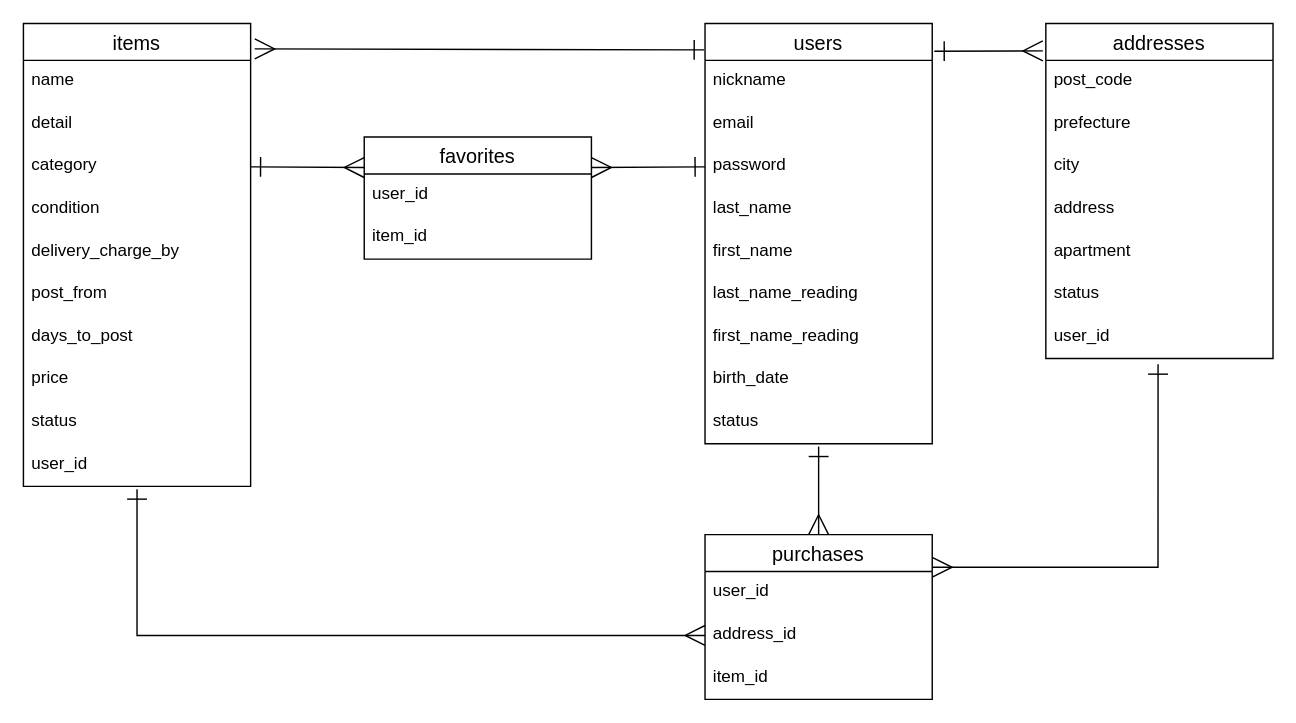
This is er.dio from 38752/furima-38752, a draw.io file, before an edit. Source tidied: cells renumbered, new cells numbered last; positions are measured from the earlier drawing's top-left corner, leaving out a move shared by most shapes. Both pictures are drawn from the tidied source at 142%, with x=0, y=0 at pixel (23, 23).
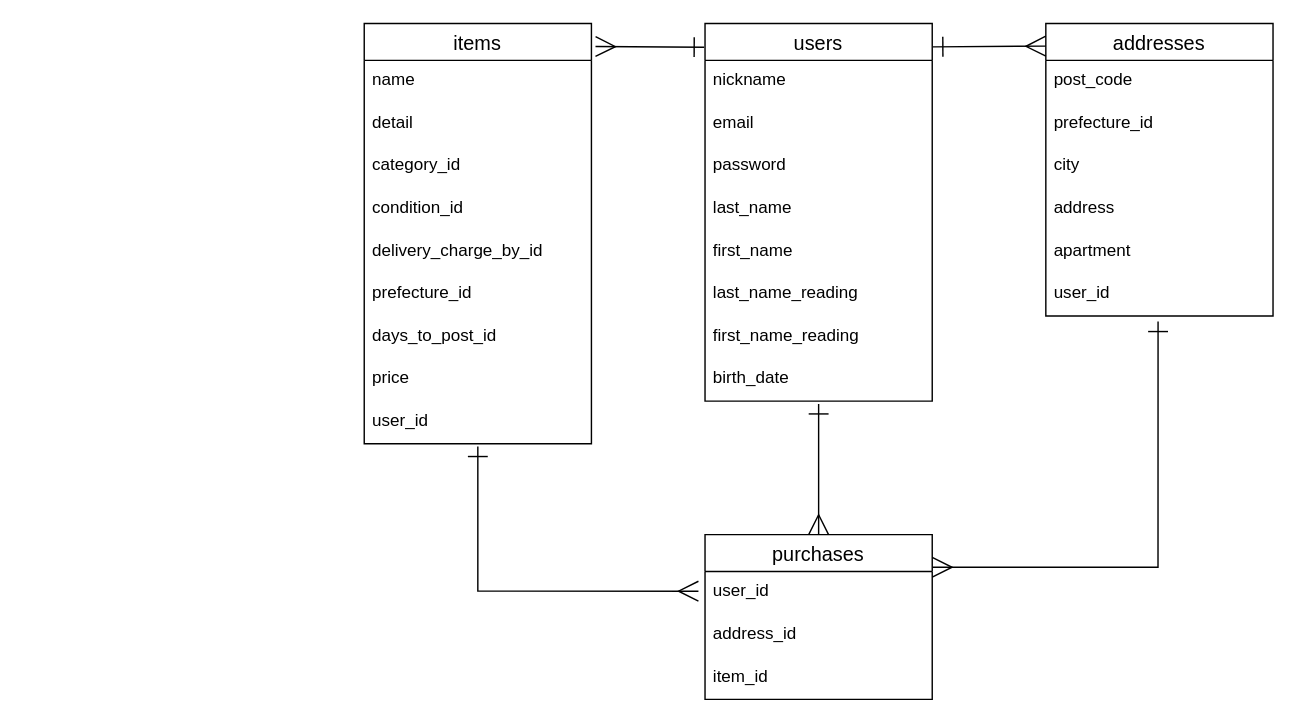
After the change.

The change refers to these unchanged cells:
```xml
<mxCell id="8" value="password" style="text;strokeColor=none;fillColor=none;spacingLeft=4;spacingRight=4;overflow=hidden;points=[[0,0.5],[1,0.5]];portConstraint=eastwest;fontSize=12;" parent="5" vertex="1">
  <mxGeometry y="86" width="160" height="30" as="geometry" />
</mxCell>
<mxCell id="32" value="address" style="text;strokeColor=none;fillColor=none;spacingLeft=4;spacingRight=4;overflow=hidden;points=[[0,0.5],[1,0.5]];portConstraint=eastwest;fontSize=12;" parent="28" vertex="1">
  <mxGeometry y="116" width="160" height="30" as="geometry" />
</mxCell>
<mxCell id="37" value="user_id" style="text;strokeColor=none;fillColor=none;spacingLeft=4;spacingRight=4;overflow=hidden;points=[[0,0.5],[1,0.5]];portConstraint=eastwest;fontSize=12;" parent="36" vertex="1">
  <mxGeometry y="26" width="160" height="30" as="geometry" />
</mxCell>
<mxCell id="38" value="address_id" style="text;strokeColor=none;fillColor=none;spacingLeft=4;spacingRight=4;overflow=hidden;points=[[0,0.5],[1,0.5]];portConstraint=eastwest;fontSize=12;" parent="36" vertex="1">
  <mxGeometry y="56" width="160" height="30" as="geometry" />
</mxCell>
```

Diff of the diagram source:
```diff
@@
-    <mxCell id="2" style="html=1;entryX=0;entryY=0.5;entryDx=0;entryDy=0;strokeColor=none;curved=1;shape=link;" parent="1" edge="1" source="5" target="32">
-      <mxGeometry relative="1" as="geometry" />
+    <mxCell id="2" style="html=1;entryX=0;entryY=0.5;entryDx=0;entryDy=0;strokeColor=none;curved=1;shape=link;" parent="1" edge="1" source="5">
+      <mxGeometry relative="1" as="geometry">
+        <mxPoint x="720" y="101" as="targetPoint" />
+      </mxGeometry>
     </mxCell>
@@
     <mxCell id="5" value="users" style="swimlane;fontStyle=0;horizontal=1;startSize=26;align=center;fontSize=14;" parent="1" vertex="1">
-      <mxGeometry x="480" width="160" height="296" as="geometry" />
+      <mxGeometry x="480" width="160" height="266" as="geometry" />
     </mxCell>
@@
-    <mxCell id="14" value="status" style="text;strokeColor=none;fillColor=none;spacingLeft=4;spacingRight=4;overflow=hidden;fontSize=12;" parent="5" vertex="1">
-      <mxGeometry y="266" width="160" height="30" as="geometry" />
-    </mxCell>
-    <mxCell id="15" style="edgeStyle=orthogonalEdgeStyle;rounded=0;html=1;startArrow=ERone;startFill=0;endArrow=ERmany;endFill=0;startSize=12;endSize=12;sourcePerimeterSpacing=2;targetPerimeterSpacing=2;strokeColor=default;entryX=0;entryY=0.5;entryDx=0;entryDy=0;" parent="1" edge="1" source="16" target="38">
+    <mxCell id="15" style="edgeStyle=orthogonalEdgeStyle;rounded=0;html=1;startArrow=ERone;startFill=0;endArrow=ERmany;endFill=0;startSize=12;endSize=12;sourcePerimeterSpacing=2;targetPerimeterSpacing=2;strokeColor=default;entryX=-0.029;entryY=0.461;entryDx=0;entryDy=0;entryPerimeter=0;" parent="1" edge="1" source="16" target="37">
       <mxGeometry relative="1" as="geometry" />
     </mxCell>
     <mxCell id="16" value="items" style="swimlane;fontStyle=0;horizontal=1;startSize=26;align=center;fontSize=14;" parent="1" vertex="1">
-      <mxGeometry width="160" height="326" as="geometry" />
+      <mxGeometry x="240" width="160" height="296" as="geometry" />
     </mxCell>
@@
-    <mxCell id="19" value="category" style="text;strokeColor=none;fillColor=none;spacingLeft=4;spacingRight=4;overflow=hidden;points=[[0,0.5],[1,0.5]];portConstraint=eastwest;fontSize=12;" parent="16" vertex="1">
+    <mxCell id="19" value="category_id" style="text;strokeColor=none;fillColor=none;spacingLeft=4;spacingRight=4;overflow=hidden;points=[[0,0.5],[1,0.5]];portConstraint=eastwest;fontSize=12;" parent="16" vertex="1">
       <mxGeometry y="86" width="160" height="30" as="geometry" />
     </mxCell>
-    <mxCell id="20" value="condition" style="text;strokeColor=none;fillColor=none;spacingLeft=4;spacingRight=4;overflow=hidden;fontSize=12;" parent="16" vertex="1">
+    <mxCell id="20" value="condition_id" style="text;strokeColor=none;fillColor=none;spacingLeft=4;spacingRight=4;overflow=hidden;fontSize=12;" parent="16" vertex="1">
       <mxGeometry y="116" width="160" height="30" as="geometry" />
     </mxCell>
-    <mxCell id="21" value="delivery_charge_by" style="text;strokeColor=none;fillColor=none;spacingLeft=4;spacingRight=4;overflow=hidden;fontSize=12;" parent="16" vertex="1">
+    <mxCell id="21" value="delivery_charge_by_id" style="text;strokeColor=none;fillColor=none;spacingLeft=4;spacingRight=4;overflow=hidden;fontSize=12;" parent="16" vertex="1">
       <mxGeometry y="146" width="160" height="30" as="geometry" />
     </mxCell>
-    <mxCell id="22" value="post_from" style="text;strokeColor=none;fillColor=none;spacingLeft=4;spacingRight=4;overflow=hidden;fontSize=12;" parent="16" vertex="1">
+    <mxCell id="22" value="prefecture_id" style="text;strokeColor=none;fillColor=none;spacingLeft=4;spacingRight=4;overflow=hidden;fontSize=12;" parent="16" vertex="1">
       <mxGeometry y="176" width="160" height="30" as="geometry" />
     </mxCell>
-    <mxCell id="23" value="days_to_post" style="text;strokeColor=none;fillColor=none;spacingLeft=4;spacingRight=4;overflow=hidden;fontSize=12;" parent="16" vertex="1">
+    <mxCell id="23" value="days_to_post_id" style="text;strokeColor=none;fillColor=none;spacingLeft=4;spacingRight=4;overflow=hidden;fontSize=12;" parent="16" vertex="1">
       <mxGeometry y="206" width="160" height="30" as="geometry" />
     </mxCell>
@@
-    <mxCell id="25" value="status" style="text;strokeColor=none;fillColor=none;spacingLeft=4;spacingRight=4;overflow=hidden;fontSize=12;" parent="16" vertex="1">
-      <mxGeometry y="266" width="160" height="30" as="geometry" />
-    </mxCell>
     <mxCell id="26" value="user_id" style="text;strokeColor=none;fillColor=none;spacingLeft=4;spacingRight=4;overflow=hidden;fontSize=12;" parent="16" vertex="1">
-      <mxGeometry y="296" width="160" height="30" as="geometry" />
+      <mxGeometry y="266" width="160" height="30" as="geometry" />
     </mxCell>
@@
     <mxCell id="28" value="addresses" style="swimlane;fontStyle=0;horizontal=1;startSize=26;align=center;fontSize=14;" parent="1" vertex="1">
-      <mxGeometry x="720" width="160" height="236" as="geometry" />
+      <mxGeometry x="720" width="160" height="206" as="geometry" />
     </mxCell>
@@
-    <mxCell id="30" value="prefecture" style="text;strokeColor=none;fillColor=none;spacingLeft=4;spacingRight=4;overflow=hidden;fontSize=12;" parent="28" vertex="1">
+    <mxCell id="30" value="prefecture_id" style="text;strokeColor=none;fillColor=none;spacingLeft=4;spacingRight=4;overflow=hidden;fontSize=12;" parent="28" vertex="1">
       <mxGeometry y="56" width="160" height="30" as="geometry" />
     </mxCell>
@@
-    <mxCell id="34" value="status" style="text;strokeColor=none;fillColor=none;spacingLeft=4;spacingRight=4;overflow=hidden;fontSize=12;" parent="28" vertex="1">
-      <mxGeometry y="176" width="160" height="30" as="geometry" />
-    </mxCell>
     <mxCell id="35" value="user_id" style="text;strokeColor=none;fillColor=none;spacingLeft=4;spacingRight=4;overflow=hidden;points=[[0,0.5],[1,0.5]];portConstraint=eastwest;fontSize=12;" parent="28" vertex="1">
-      <mxGeometry y="206" width="160" height="30" as="geometry" />
+      <mxGeometry y="176" width="160" height="30" as="geometry" />
     </mxCell>
@@
-    <mxCell id="40" style="edgeStyle=none;curved=1;html=1;exitX=1.009;exitY=0.066;exitDx=0;exitDy=0;entryX=-0.013;entryY=0.082;entryDx=0;entryDy=0;startArrow=ERone;startFill=0;endArrow=ERmany;endFill=0;endSize=12;strokeColor=default;startSize=12;targetPerimeterSpacing=2;sourcePerimeterSpacing=2;entryPerimeter=0;exitPerimeter=0;" parent="1" edge="1" source="5" target="28">
-      <mxGeometry relative="1" as="geometry" />
+    <mxCell id="40" style="edgeStyle=none;curved=1;html=1;exitX=1.003;exitY=0.062;exitDx=0;exitDy=0;startArrow=ERone;startFill=0;endArrow=ERmany;endFill=0;endSize=12;strokeColor=default;startSize=12;targetPerimeterSpacing=2;sourcePerimeterSpacing=2;exitPerimeter=0;" parent="1" edge="1" source="5">
+      <mxGeometry relative="1" as="geometry">
+        <mxPoint x="720" y="16" as="targetPoint" />
+      </mxGeometry>
     </mxCell>
-    <mxCell id="41" style="html=1;startArrow=ERone;startFill=0;endArrow=ERmany;endFill=0;startSize=12;endSize=12;sourcePerimeterSpacing=2;targetPerimeterSpacing=2;strokeColor=default;exitX=1;exitY=0.5;exitDx=0;exitDy=0;entryX=0;entryY=0.25;entryDx=0;entryDy=0;" parent="1" edge="1" source="19" target="42">
-      <mxGeometry relative="1" as="geometry" />
-    </mxCell>
-    <mxCell id="42" value="favorites" style="swimlane;fontStyle=0;horizontal=1;startSize=26;align=center;fontSize=14;" parent="1" vertex="1">
-      <mxGeometry x="240" y="80" width="160" height="86" as="geometry" />
-    </mxCell>
-    <mxCell id="43" value="user_id" style="text;strokeColor=none;fillColor=none;spacingLeft=4;spacingRight=4;overflow=hidden;fontSize=12;" parent="42" vertex="1">
-      <mxGeometry y="26" width="160" height="30" as="geometry" />
-    </mxCell>
-    <mxCell id="44" value="item_id" style="text;strokeColor=none;fillColor=none;spacingLeft=4;spacingRight=4;overflow=hidden;fontSize=12;" parent="42" vertex="1">
-      <mxGeometry y="56" width="160" height="30" as="geometry" />
-    </mxCell>
-    <mxCell id="45" style="html=1;startArrow=ERone;startFill=0;endArrow=ERmany;endFill=0;startSize=12;endSize=12;sourcePerimeterSpacing=2;targetPerimeterSpacing=2;strokeColor=default;exitX=0;exitY=0.5;exitDx=0;exitDy=0;entryX=1;entryY=0.25;entryDx=0;entryDy=0;" parent="1" edge="1" source="8" target="42">
-      <mxGeometry relative="1" as="geometry" />
-    </mxCell>
```
